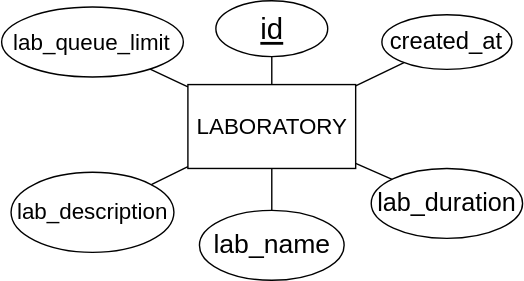
Above: img/DB-diagrams/Laboratory.drawio.svg in isel-remote-lab/documentation (draw.io), before the change. Source tidied: cells renumbered, new cells last; positions are measured from the earlier drawing's top-left corner, leaving out a move shared by most shapes. Its diagram source:
```xml
<mxGraphModel>
  <root>
    <mxCell id="0" />
    <mxCell id="1" parent="0" />
    <mxCell id="2" value="LABORATORY" style="rounded=0;whiteSpace=wrap;html=1;fontSize=16;" parent="1" vertex="1">
      <mxGeometry x="133.5" y="60" width="120" height="60" as="geometry" />
    </mxCell>
    <mxCell id="3" value="&lt;span&gt;id&lt;/span&gt;" style="ellipse;whiteSpace=wrap;html=1;fontStyle=4;fontSize=21;" parent="1" vertex="1">
      <mxGeometry x="153.5" width="80" height="40" as="geometry" />
    </mxCell>
    <mxCell id="4" style="endArrow=none;html=1;rounded=0;" parent="1" edge="1" source="2" target="3">
      <mxGeometry relative="1" as="geometry" />
    </mxCell>
    <mxCell id="5" value="&lt;span&gt;lab_name&lt;/span&gt;" style="ellipse;whiteSpace=wrap;html=1;fontStyle=0;fontSize=19;" parent="1" vertex="1">
      <mxGeometry x="141.8" y="150" width="103.5" height="50" as="geometry" />
    </mxCell>
    <mxCell id="6" style="endArrow=none;html=1;rounded=0;" parent="1" edge="1" source="5" target="2">
      <mxGeometry relative="1" as="geometry" />
    </mxCell>
    <mxCell id="7" value="&lt;span&gt;lab_duration&lt;/span&gt;" style="ellipse;whiteSpace=wrap;html=1;fontStyle=0;fontSize=18;" parent="1" vertex="1">
      <mxGeometry x="264.6" y="120" width="108.2" height="50" as="geometry" />
    </mxCell>
    <mxCell id="8" style="endArrow=none;html=1;rounded=0;" parent="1" edge="1" source="2" target="7">
      <mxGeometry relative="1" as="geometry" />
    </mxCell>
    <mxCell id="9" value="created_at" style="ellipse;whiteSpace=wrap;html=1;fontStyle=0;fontSize=17;" parent="1" vertex="1">
      <mxGeometry x="272.2" y="10" width="93" height="39.1" as="geometry" />
    </mxCell>
    <mxCell id="10" style="endArrow=none;html=1;rounded=0;" parent="1" edge="1" source="2" target="9">
      <mxGeometry relative="1" as="geometry" />
    </mxCell>
    <mxCell id="11" value="&lt;span&gt;lab_description&lt;/span&gt;" style="ellipse;whiteSpace=wrap;html=1;fontStyle=0;fontSize=16;" parent="1" vertex="1">
      <mxGeometry x="7" y="122.8" width="116.5" height="57.2" as="geometry" />
    </mxCell>
    <mxCell id="12" style="endArrow=none;html=1;rounded=0;" parent="1" edge="1" source="11" target="2">
      <mxGeometry relative="1" as="geometry" />
    </mxCell>
    <mxCell id="13" value="lab_queue_limit" style="ellipse;whiteSpace=wrap;html=1;fontStyle=0;fontSize=16;" parent="1" vertex="1">
      <mxGeometry x="0.2" y="4.6" width="130" height="50" as="geometry" />
    </mxCell>
    <mxCell id="14" style="endArrow=none;html=1;" parent="1" edge="1" source="2" target="13">
      <mxGeometry relative="1" as="geometry" />
    </mxCell>
  </root>
</mxGraphModel>
```
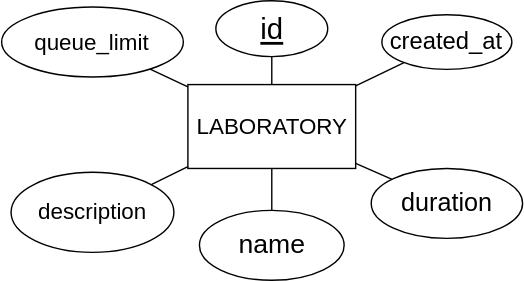
Above is the later version.

Diff of the diagram source:
```diff
@@ -11,13 +11,13 @@
     <mxCell id="4" style="endArrow=none;html=1;rounded=0;" parent="1" edge="1" source="2" target="3">
       <mxGeometry relative="1" as="geometry" />
     </mxCell>
-    <mxCell id="5" value="&lt;span&gt;lab_name&lt;/span&gt;" style="ellipse;whiteSpace=wrap;html=1;fontStyle=0;fontSize=19;" parent="1" vertex="1">
+    <mxCell id="5" value="&lt;span&gt;name&lt;/span&gt;" style="ellipse;whiteSpace=wrap;html=1;fontStyle=0;fontSize=19;" parent="1" vertex="1">
       <mxGeometry x="141.8" y="150" width="103.5" height="50" as="geometry" />
     </mxCell>
     <mxCell id="6" style="endArrow=none;html=1;rounded=0;" parent="1" edge="1" source="5" target="2">
       <mxGeometry relative="1" as="geometry" />
     </mxCell>
-    <mxCell id="7" value="&lt;span&gt;lab_duration&lt;/span&gt;" style="ellipse;whiteSpace=wrap;html=1;fontStyle=0;fontSize=18;" parent="1" vertex="1">
+    <mxCell id="7" value="&lt;span&gt;duration&lt;/span&gt;" style="ellipse;whiteSpace=wrap;html=1;fontStyle=0;fontSize=18;" parent="1" vertex="1">
       <mxGeometry x="264.6" y="120" width="108.2" height="50" as="geometry" />
     </mxCell>
     <mxCell id="8" style="endArrow=none;html=1;rounded=0;" parent="1" edge="1" source="2" target="7">
@@ -29,13 +29,13 @@
     <mxCell id="10" style="endArrow=none;html=1;rounded=0;" parent="1" edge="1" source="2" target="9">
       <mxGeometry relative="1" as="geometry" />
     </mxCell>
-    <mxCell id="11" value="&lt;span&gt;lab_description&lt;/span&gt;" style="ellipse;whiteSpace=wrap;html=1;fontStyle=0;fontSize=16;" parent="1" vertex="1">
+    <mxCell id="11" value="&lt;span&gt;description&lt;/span&gt;" style="ellipse;whiteSpace=wrap;html=1;fontStyle=0;fontSize=16;" parent="1" vertex="1">
       <mxGeometry x="7" y="122.8" width="116.5" height="57.2" as="geometry" />
     </mxCell>
     <mxCell id="12" style="endArrow=none;html=1;rounded=0;" parent="1" edge="1" source="11" target="2">
       <mxGeometry relative="1" as="geometry" />
     </mxCell>
-    <mxCell id="13" value="lab_queue_limit" style="ellipse;whiteSpace=wrap;html=1;fontStyle=0;fontSize=16;" parent="1" vertex="1">
+    <mxCell id="13" value="queue_limit" style="ellipse;whiteSpace=wrap;html=1;fontStyle=0;fontSize=16;" parent="1" vertex="1">
       <mxGeometry x="0.2" y="4.6" width="130" height="50" as="geometry" />
     </mxCell>
     <mxCell id="14" style="endArrow=none;html=1;" parent="1" edge="1" source="2" target="13">
```
